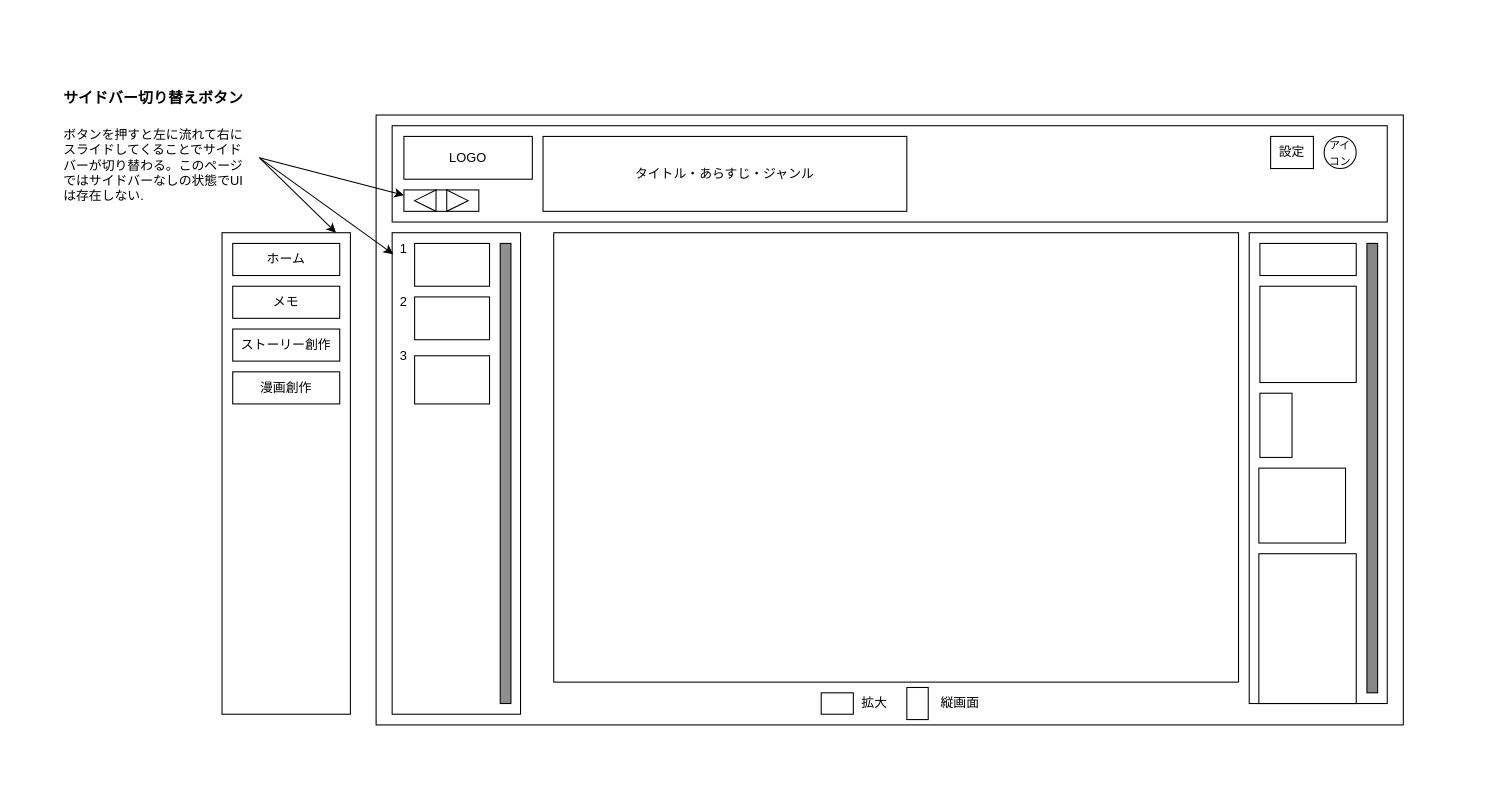
Before: docs/02-screen-design/wireframes/CreateManga.drawio in tottemoren/Rebuild-with-ClaudeCode, a draw.io diagram. Source tidied: cells renumbered, new cells numbered last; positions are measured from the earlier drawing's top-left corner, leaving out a move shared by most shapes. Both pictures are drawn from the tidied source at 107%, with x=0, y=0 at pixel (61, 72).
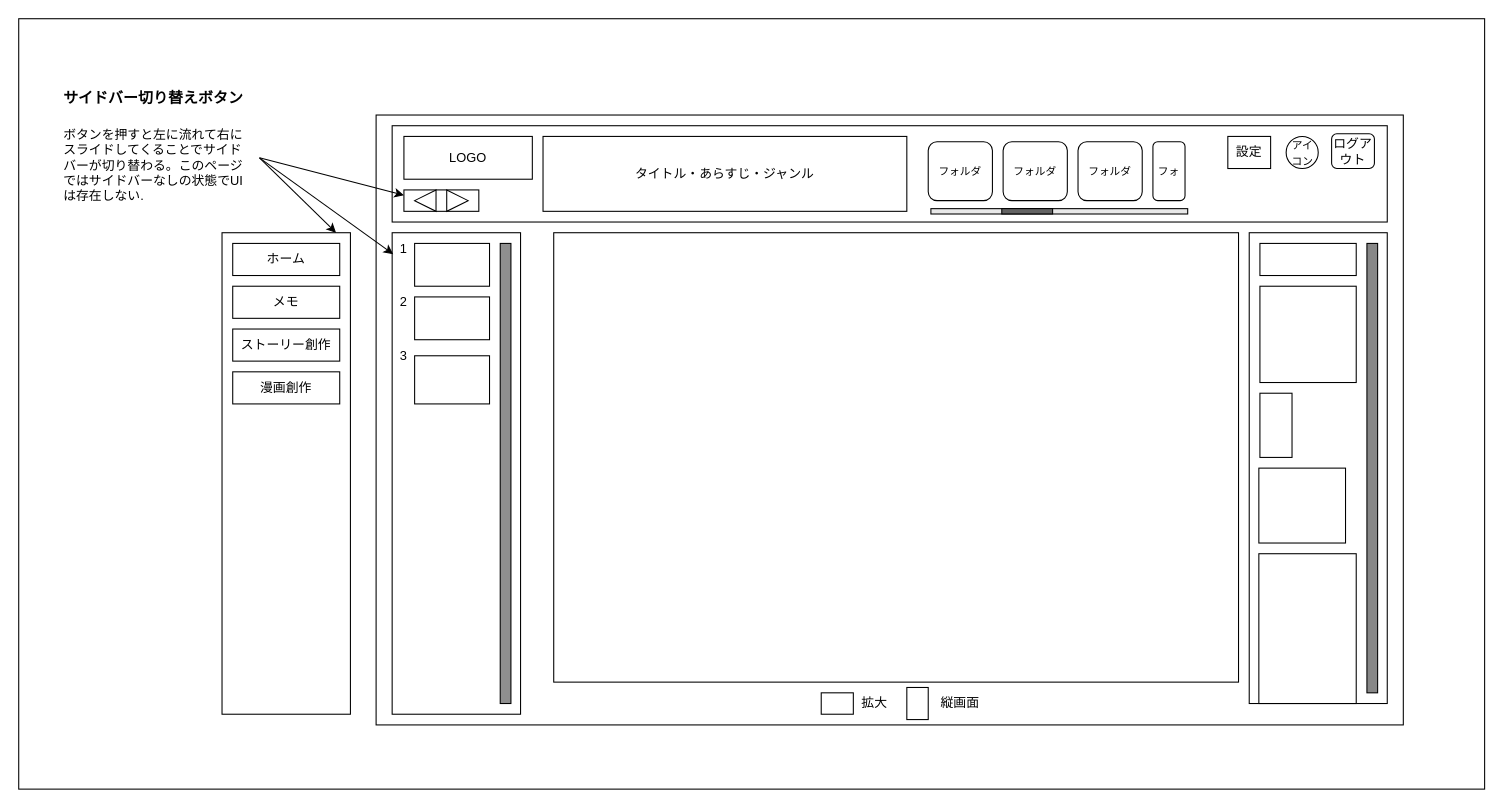
The same diagram, later.

What changed in the source:
```diff
@@
+    <mxCell id="40" style="rounded=0;whiteSpace=wrap;html=1;" parent="1" vertex="1">
+      <mxGeometry x="-40" y="-50" width="1370" height="720" as="geometry" />
+    </mxCell>
@@
     <mxCell id="31" value="&lt;font style=&quot;font-size: 10px;&quot;&gt;アイコン&lt;/font&gt;" style="ellipse;whiteSpace=wrap;html=1;" parent="1" vertex="1">
-      <mxGeometry x="1180" y="60" width="30" height="30" as="geometry" />
+      <mxGeometry x="1144.5" y="60" width="30" height="30" as="geometry" />
     </mxCell>
     <mxCell id="32" value="設定" style="rounded=0;whiteSpace=wrap;html=1;" parent="1" vertex="1">
-      <mxGeometry x="1130" y="60" width="40" height="30" as="geometry" />
+      <mxGeometry x="1090" y="60" width="40" height="30" as="geometry" />
     </mxCell>
@@
+    <mxCell id="41" value="ログアウト" style="rounded=1;whiteSpace=wrap;html=1;" parent="1" vertex="1">
+      <mxGeometry x="1187" y="57.5" width="40" height="32.5" as="geometry" />
+    </mxCell>
+    <mxCell id="42" value="&lt;font style=&quot;font-size: 10px;&quot;&gt;フォルダ&lt;/font&gt;" style="rounded=1;whiteSpace=wrap;html=1;" parent="1" vertex="1">
+      <mxGeometry x="810" y="65" width="60" height="55" as="geometry" />
+    </mxCell>
+    <mxCell id="43" value="&lt;font style=&quot;font-size: 10px;&quot;&gt;フォルダ&lt;/font&gt;" style="rounded=1;whiteSpace=wrap;html=1;" parent="1" vertex="1">
+      <mxGeometry x="880" y="65" width="60" height="55" as="geometry" />
+    </mxCell>
+    <mxCell id="44" value="&lt;font style=&quot;font-size: 10px;&quot;&gt;フォルダ&lt;/font&gt;" style="rounded=1;whiteSpace=wrap;html=1;" parent="1" vertex="1">
+      <mxGeometry x="950" y="65" width="60" height="55" as="geometry" />
+    </mxCell>
+    <mxCell id="45" style="rounded=0;whiteSpace=wrap;html=1;fillColor=#E8E8E8;rotation=-90;" parent="1" vertex="1">
+      <mxGeometry x="930" y="10" width="5" height="240" as="geometry" />
+    </mxCell>
+    <mxCell id="46" style="rounded=0;whiteSpace=wrap;html=1;fillColor=#636363;rotation=-90;" parent="1" vertex="1">
+      <mxGeometry x="900" y="106.2" width="5" height="47.5" as="geometry" />
+    </mxCell>
+    <mxCell id="47" value="&lt;font style=&quot;font-size: 10px;&quot;&gt;フォ&lt;/font&gt;" style="rounded=1;whiteSpace=wrap;html=1;" parent="1" vertex="1">
+      <mxGeometry x="1020" y="65" width="30" height="55" as="geometry" />
+    </mxCell>
```
